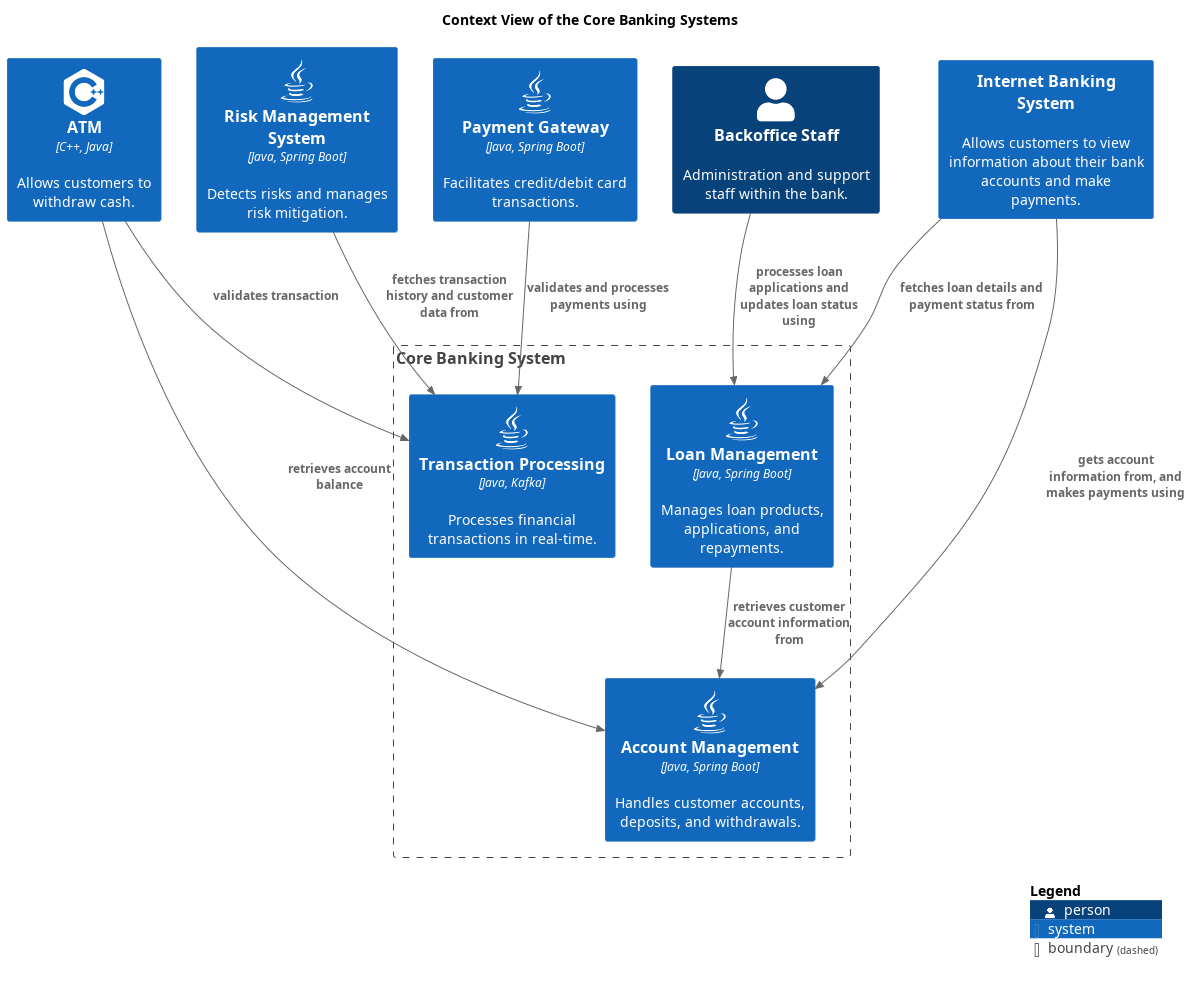
Before: docs/mybank/core-banking/context-view.png, a diagram exported from PlantUML (soulspace-org/my-bank-model). Source of this version:
```plantuml
@startuml context-view
!include <C4/C4_Context.puml>
!include <awslib14/AWSCommon>
!include <awslib14/AWSC4Integration>
!include <azure/AzureCommon>
!include <azure/AzureC4Integration>
!include <tupadr3/common>
!include <tupadr3/font-awesome-5/java>
!include <logos/kafka>
!include <tupadr3/devicons2/cplusplus>







title Context View of the Core Banking Systems
Boundary(mybank_coreBanking_contextBoundary, "Core Banking System") {
  System(mybank_coreBanking_transactionProcessingSystem, "Transaction Processing", $descr="Processes financial transactions in real-time.", $type="Java, Kafka", $sprite="java")
  System(mybank_coreBanking_loanManagementSystem, "Loan Management", $descr="Manages loan products, applications, and repayments.", $type="Java, Spring Boot", $sprite="java")
  System(mybank_coreBanking_accountManagementSystem, "Account Management", $descr="Handles customer accounts, deposits, and withdrawals.", $type="Java, Spring Boot", $sprite="java")
}
System(mybank_payment_paymentGatewaySystem, "Payment Gateway", $descr="Facilitates credit/debit card transactions.", $type="Java, Spring Boot", $sprite="java")
System(mybank_compliance_riskManagementSystem, "Risk Management System", $descr="Detects risks and manages risk mitigation.", $type="Java, Spring Boot", $sprite="java")
System(mybank_digitalBanking_internetBankingSystem_internetBankingSystem, "Internet Banking System", $descr="Allows customers to view information about their bank accounts and make payments.")
System(mybank_customerChannels_atm, "ATM", $descr="Allows customers to withdraw cash.", $type="C++, Java", $sprite="cplusplus")
Person(mybank_coreBanking_backofficeStaff, "Backoffice Staff", $descr="Administration and support staff within the bank.")
Rel(mybank_payment_paymentGatewaySystem, mybank_coreBanking_transactionProcessingSystem, "validates and processes payments using")
Rel(mybank_customerChannels_atm, mybank_coreBanking_accountManagementSystem, "retrieves account balance")
Rel(mybank_coreBanking_loanManagementSystem, mybank_coreBanking_accountManagementSystem, "retrieves customer account information from")
Rel(mybank_customerChannels_atm, mybank_coreBanking_transactionProcessingSystem, "validates transaction")
Rel(mybank_digitalBanking_internetBankingSystem_internetBankingSystem, mybank_coreBanking_loanManagementSystem, "fetches loan details and payment status from")
Rel(mybank_digitalBanking_internetBankingSystem_internetBankingSystem, mybank_coreBanking_accountManagementSystem, "gets account information from, and makes payments using")
Rel(mybank_coreBanking_backofficeStaff, mybank_coreBanking_loanManagementSystem, "processes loan applications and updates loan status using")
Rel(mybank_compliance_riskManagementSystem, mybank_coreBanking_transactionProcessingSystem, "fetches transaction history and customer data from")
SHOW_LEGEND()
@enduml
```
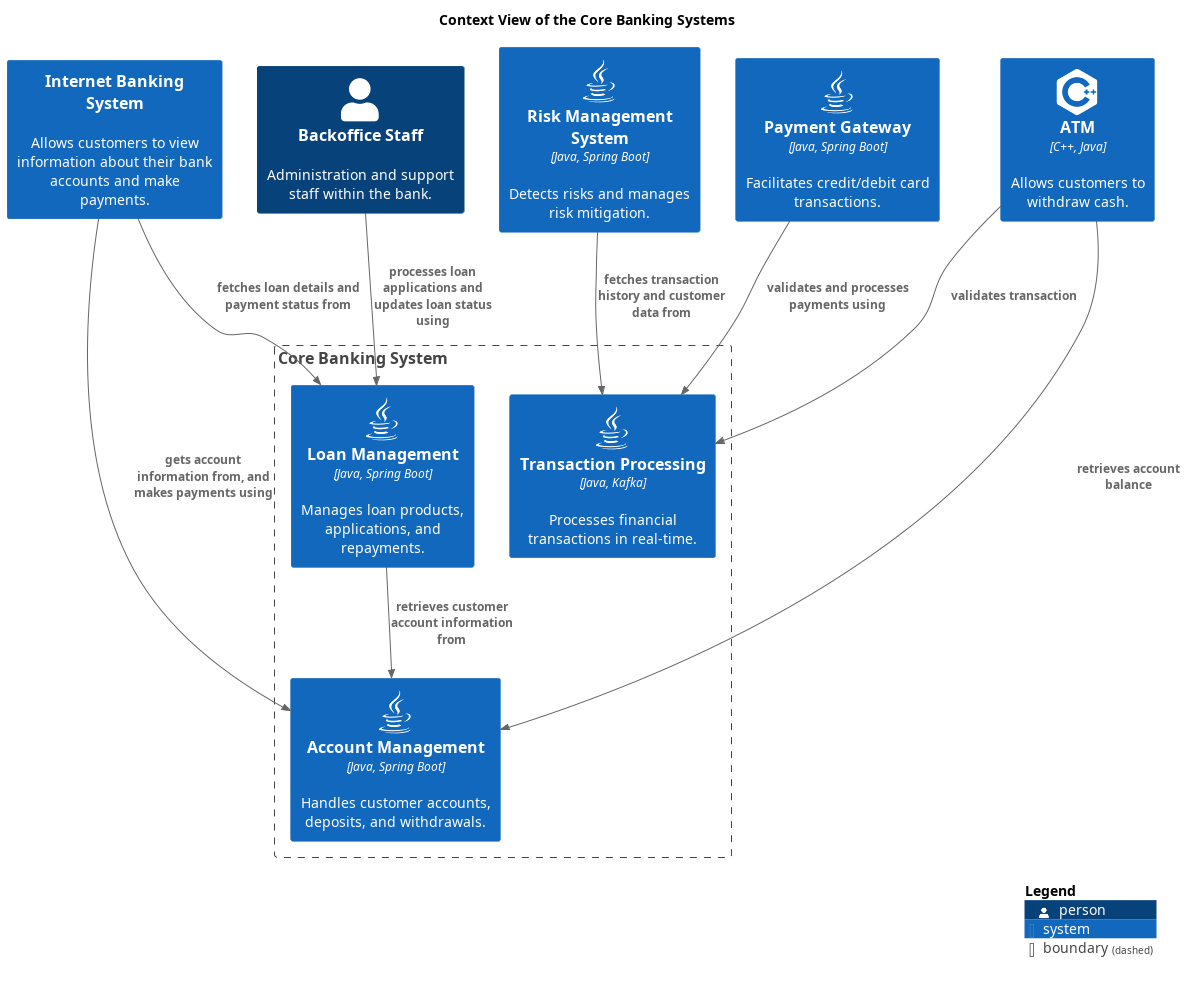
Later version of the same file.

The edit, as a diff of the source:
```diff
@@ -16,14 +16,14 @@
 
 
 title Context View of the Core Banking Systems
+System(mybank_compliance_riskManagementSystem, "Risk Management System", $descr="Detects risks and manages risk mitigation.", $type="Java, Spring Boot", $sprite="java")
 Boundary(mybank_coreBanking_contextBoundary, "Core Banking System") {
   System(mybank_coreBanking_transactionProcessingSystem, "Transaction Processing", $descr="Processes financial transactions in real-time.", $type="Java, Kafka", $sprite="java")
   System(mybank_coreBanking_loanManagementSystem, "Loan Management", $descr="Manages loan products, applications, and repayments.", $type="Java, Spring Boot", $sprite="java")
   System(mybank_coreBanking_accountManagementSystem, "Account Management", $descr="Handles customer accounts, deposits, and withdrawals.", $type="Java, Spring Boot", $sprite="java")
 }
+System(mybank_digitalBanking_internetBankingSystem_internetBankingSystem, "Internet Banking System", $descr="Allows customers to view information about their bank accounts and make payments.")
 System(mybank_payment_paymentGatewaySystem, "Payment Gateway", $descr="Facilitates credit/debit card transactions.", $type="Java, Spring Boot", $sprite="java")
-System(mybank_compliance_riskManagementSystem, "Risk Management System", $descr="Detects risks and manages risk mitigation.", $type="Java, Spring Boot", $sprite="java")
-System(mybank_digitalBanking_internetBankingSystem_internetBankingSystem, "Internet Banking System", $descr="Allows customers to view information about their bank accounts and make payments.")
 System(mybank_customerChannels_atm, "ATM", $descr="Allows customers to withdraw cash.", $type="C++, Java", $sprite="cplusplus")
 Person(mybank_coreBanking_backofficeStaff, "Backoffice Staff", $descr="Administration and support staff within the bank.")
 Rel(mybank_payment_paymentGatewaySystem, mybank_coreBanking_transactionProcessingSystem, "validates and processes payments using")
```
